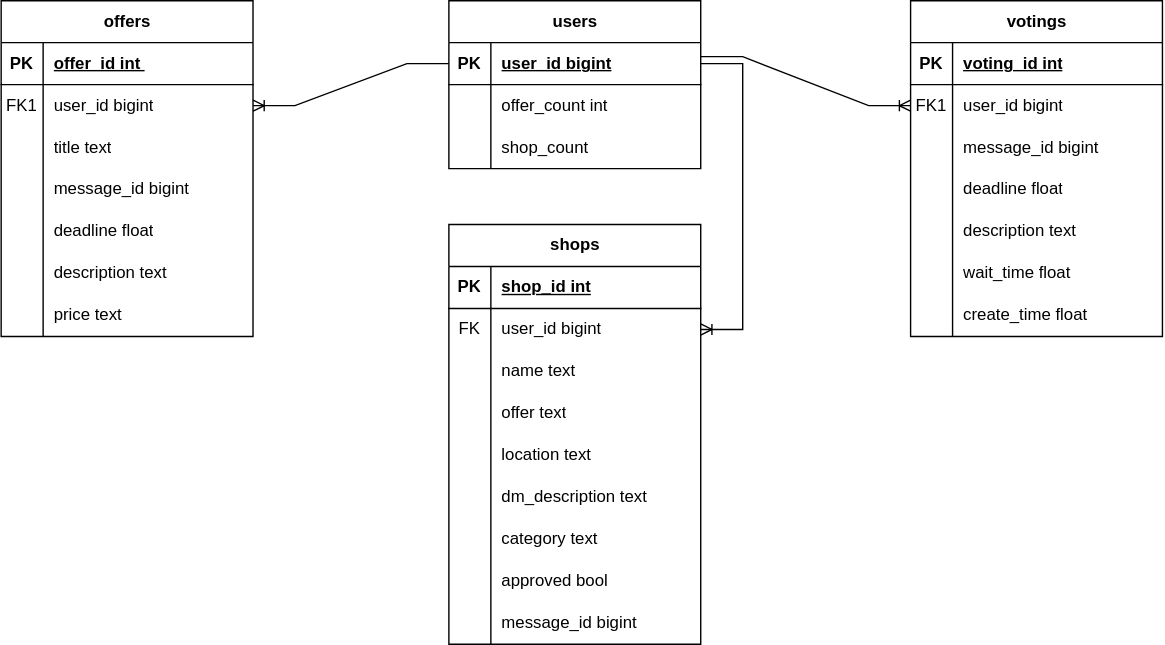
The draw.io diagram docs/ER_Community_Helper.svg in FGBxRamel/Tesserania-Handelsbot, before a commit. Source tidied: cells renumbered, new cells last; positions are measured from the earlier drawing's top-left corner, leaving out a move shared by most shapes.
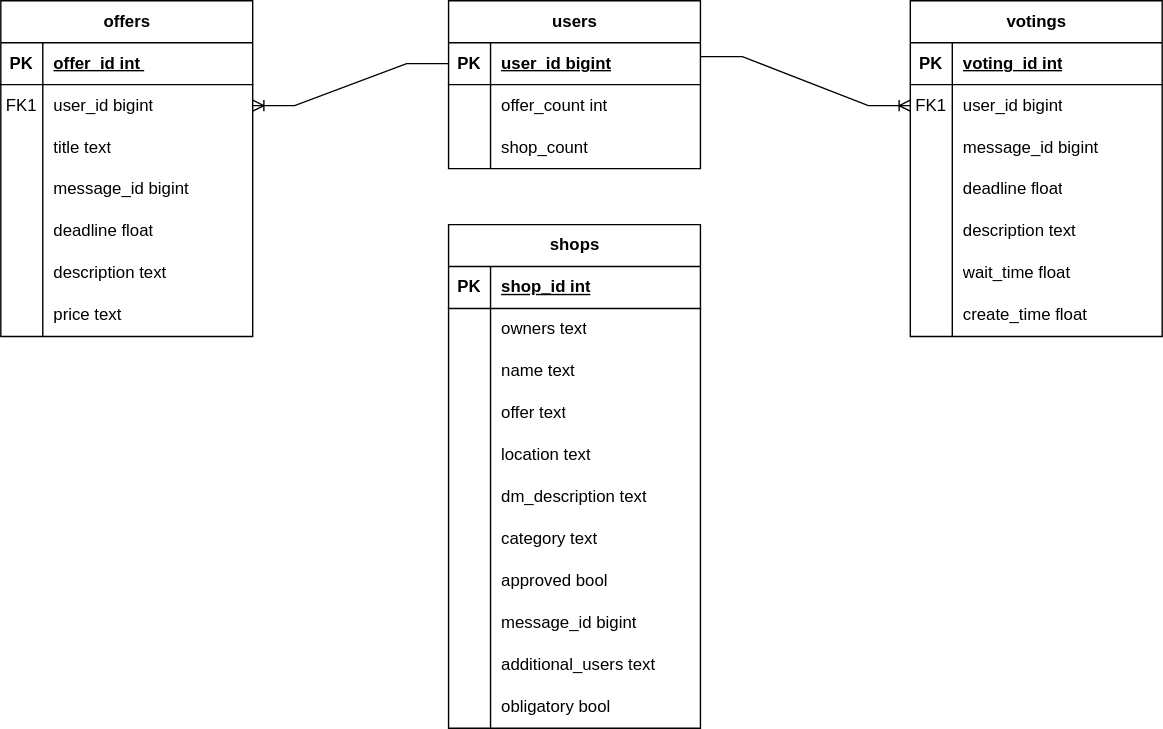
The same file after the commit.

The edit, as a diff of the source:
```diff
@@ -105,13 +105,13 @@
         </Array>
       </mxGeometry>
     </mxCell>
-    <mxCell id="35" style="edgeStyle=entityRelationEdgeStyle;fontSize=12;html=1;endArrow=ERoneToMany;rounded=0;entryX=0;entryY=0.5;entryDx=0;entryDy=0;" parent="1" edge="1" target="69">
+    <mxCell id="35" style="edgeStyle=entityRelationEdgeStyle;fontSize=12;html=1;endArrow=ERoneToMany;rounded=0;entryX=0;entryY=0.5;entryDx=0;entryDy=0;" parent="1" edge="1" target="74">
       <mxGeometry relative="1" as="geometry">
         <mxPoint x="500" y="40" as="sourcePoint" />
       </mxGeometry>
     </mxCell>
     <mxCell id="36" value="shops" style="shape=table;startSize=30;rowLines=0;fontStyle=1;align=center;html=1;" parent="1" vertex="1">
-      <mxGeometry x="320" y="160" width="180" height="300" as="geometry" />
+      <mxGeometry x="320" y="160" width="180" height="360" as="geometry" />
     </mxCell>
     <mxCell id="37" style="shape=tableRow;horizontal=0;startSize=0;swimlaneHead=0;swimlaneBody=0;fillColor=none;top=0;left=0;right=0;bottom=1;" parent="36" vertex="1">
       <mxGeometry y="30" width="180" height="30" as="geometry" />
@@ -125,10 +125,10 @@
     <mxCell id="40" style="shape=tableRow;horizontal=0;startSize=0;swimlaneHead=0;swimlaneBody=0;fillColor=none;points=[[0,0.5],[1,0.5]];portConstraint=eastwest;top=0;left=0;right=0;bottom=0;" parent="36" vertex="1">
       <mxGeometry y="60" width="180" height="30" as="geometry" />
     </mxCell>
-    <mxCell id="41" value="FK" style="shape=partialRectangle;fillColor=none;top=0;left=0;bottom=0;right=0;overflow=hidden;whiteSpace=wrap;html=1;" parent="40" vertex="1">
+    <mxCell id="41" style="shape=partialRectangle;fillColor=none;top=0;left=0;bottom=0;right=0;overflow=hidden;whiteSpace=wrap;html=1;" parent="40" vertex="1">
       <mxGeometry width="30" height="30" as="geometry" />
     </mxCell>
-    <mxCell id="42" value="user_id bigint" style="shape=partialRectangle;fillColor=none;top=0;left=0;bottom=0;right=0;align=left;spacingLeft=6;overflow=hidden;whiteSpace=wrap;html=1;" parent="40" vertex="1">
+    <mxCell id="42" value="owners text" style="shape=partialRectangle;fillColor=none;top=0;left=0;bottom=0;right=0;align=left;spacingLeft=6;overflow=hidden;whiteSpace=wrap;html=1;" parent="40" vertex="1">
       <mxGeometry x="30" width="150" height="30" as="geometry" />
     </mxCell>
     <mxCell id="43" style="shape=tableRow;horizontal=0;startSize=0;swimlaneHead=0;swimlaneBody=0;fillColor=none;top=0;left=0;right=0;bottom=0;" parent="36" vertex="1">
@@ -194,78 +194,89 @@
     <mxCell id="63" value="message_id bigint" style="shape=partialRectangle;fillColor=none;top=0;left=0;bottom=0;right=0;align=left;spacingLeft=6;overflow=hidden;whiteSpace=wrap;html=1;" parent="61" vertex="1">
       <mxGeometry x="30" width="150" height="30" as="geometry" />
     </mxCell>
-    <mxCell id="64" style="edgeStyle=entityRelationEdgeStyle;fontSize=12;html=1;endArrow=ERoneToMany;rounded=0;exitX=1;exitY=0.5;exitDx=0;exitDy=0;entryX=1;entryY=0.5;entryDx=0;entryDy=0;" parent="1" edge="1" source="25" target="40">
-      <mxGeometry relative="1" as="geometry">
-        <Array as="points">
-          <mxPoint x="640" y="285" />
-        </Array>
-      </mxGeometry>
+    <mxCell id="64" style="shape=tableRow;horizontal=0;startSize=0;swimlaneHead=0;swimlaneBody=0;fillColor=none;top=0;left=0;right=0;bottom=0;" parent="36" vertex="1">
+      <mxGeometry y="300" width="180" height="30" as="geometry" />
     </mxCell>
-    <mxCell id="65" value="votings" style="shape=table;startSize=30;rowLines=0;fontStyle=1;align=center;html=1;" parent="1" vertex="1">
-      <mxGeometry x="650" width="180" height="240" as="geometry" />
+    <mxCell id="65" style="shape=partialRectangle;fillColor=none;top=0;left=0;bottom=0;right=0;overflow=hidden;whiteSpace=wrap;html=1;" parent="64" vertex="1">
+      <mxGeometry width="30" height="30" as="geometry" />
     </mxCell>
-    <mxCell id="66" style="shape=tableRow;horizontal=0;startSize=0;swimlaneHead=0;swimlaneBody=0;fillColor=none;top=0;left=0;right=0;bottom=1;" parent="65" vertex="1">
-      <mxGeometry y="30" width="180" height="30" as="geometry" />
+    <mxCell id="66" value="additional_users text" style="shape=partialRectangle;fillColor=none;top=0;left=0;bottom=0;right=0;align=left;spacingLeft=6;overflow=hidden;whiteSpace=wrap;html=1;" parent="64" vertex="1">
+      <mxGeometry x="30" width="150" height="30" as="geometry" />
     </mxCell>
-    <mxCell id="67" value="PK" style="shape=partialRectangle;fillColor=none;top=0;left=0;bottom=0;right=0;fontStyle=1;overflow=hidden;whiteSpace=wrap;html=1;" parent="66" vertex="1">
-      <mxGeometry width="30" height="30" as="geometry" />
+    <mxCell id="67" style="shape=tableRow;horizontal=0;startSize=0;swimlaneHead=0;swimlaneBody=0;fillColor=none;top=0;left=0;right=0;bottom=0;" parent="36" vertex="1">
+      <mxGeometry y="330" width="180" height="30" as="geometry" />
     </mxCell>
-    <mxCell id="68" value="voting_id int" style="shape=partialRectangle;fillColor=none;top=0;left=0;bottom=0;right=0;align=left;spacingLeft=6;fontStyle=5;overflow=hidden;whiteSpace=wrap;html=1;" parent="66" vertex="1">
-      <mxGeometry x="30" width="150" height="30" as="geometry" />
+    <mxCell id="68" style="shape=partialRectangle;fillColor=none;top=0;left=0;bottom=0;right=0;overflow=hidden;whiteSpace=wrap;html=1;" parent="67" vertex="1">
+      <mxGeometry width="30" height="30" as="geometry" />
     </mxCell>
-    <mxCell id="69" style="shape=tableRow;horizontal=0;startSize=0;swimlaneHead=0;swimlaneBody=0;fillColor=none;points=[[0,0.5],[1,0.5]];portConstraint=eastwest;top=0;left=0;right=0;bottom=0;" parent="65" vertex="1">
-      <mxGeometry y="60" width="180" height="30" as="geometry" />
+    <mxCell id="69" value="obligatory bool" style="shape=partialRectangle;fillColor=none;top=0;left=0;bottom=0;right=0;align=left;spacingLeft=6;overflow=hidden;whiteSpace=wrap;html=1;" parent="67" vertex="1">
+      <mxGeometry x="30" width="150" height="30" as="geometry" />
     </mxCell>
-    <mxCell id="70" value="FK1" style="shape=partialRectangle;fillColor=none;top=0;left=0;bottom=0;right=0;overflow=hidden;whiteSpace=wrap;html=1;" parent="69" vertex="1">
-      <mxGeometry width="30" height="30" as="geometry" />
+    <mxCell id="70" value="votings" style="shape=table;startSize=30;rowLines=0;fontStyle=1;align=center;html=1;" parent="1" vertex="1">
+      <mxGeometry x="650" width="180" height="240" as="geometry" />
     </mxCell>
-    <mxCell id="71" value="user_id bigint" style="shape=partialRectangle;fillColor=none;top=0;left=0;bottom=0;right=0;align=left;spacingLeft=6;overflow=hidden;whiteSpace=wrap;html=1;" parent="69" vertex="1">
-      <mxGeometry x="30" width="150" height="30" as="geometry" />
+    <mxCell id="71" style="shape=tableRow;horizontal=0;startSize=0;swimlaneHead=0;swimlaneBody=0;fillColor=none;top=0;left=0;right=0;bottom=1;" parent="70" vertex="1">
+      <mxGeometry y="30" width="180" height="30" as="geometry" />
     </mxCell>
-    <mxCell id="72" style="shape=tableRow;horizontal=0;startSize=0;swimlaneHead=0;swimlaneBody=0;fillColor=none;top=0;left=0;right=0;bottom=0;" parent="65" vertex="1">
-      <mxGeometry y="90" width="180" height="30" as="geometry" />
+    <mxCell id="72" value="PK" style="shape=partialRectangle;fillColor=none;top=0;left=0;bottom=0;right=0;fontStyle=1;overflow=hidden;whiteSpace=wrap;html=1;" parent="71" vertex="1">
+      <mxGeometry width="30" height="30" as="geometry" />
     </mxCell>
-    <mxCell id="73" style="shape=partialRectangle;fillColor=none;top=0;left=0;bottom=0;right=0;overflow=hidden;whiteSpace=wrap;html=1;" parent="72" vertex="1">
-      <mxGeometry width="30" height="30" as="geometry" />
+    <mxCell id="73" value="voting_id int" style="shape=partialRectangle;fillColor=none;top=0;left=0;bottom=0;right=0;align=left;spacingLeft=6;fontStyle=5;overflow=hidden;whiteSpace=wrap;html=1;" parent="71" vertex="1">
+      <mxGeometry x="30" width="150" height="30" as="geometry" />
     </mxCell>
-    <mxCell id="74" value="message_id bigint" style="shape=partialRectangle;fillColor=none;top=0;left=0;bottom=0;right=0;align=left;spacingLeft=6;overflow=hidden;whiteSpace=wrap;html=1;" parent="72" vertex="1">
-      <mxGeometry x="30" width="150" height="30" as="geometry" />
+    <mxCell id="74" style="shape=tableRow;horizontal=0;startSize=0;swimlaneHead=0;swimlaneBody=0;fillColor=none;points=[[0,0.5],[1,0.5]];portConstraint=eastwest;top=0;left=0;right=0;bottom=0;" parent="70" vertex="1">
+      <mxGeometry y="60" width="180" height="30" as="geometry" />
     </mxCell>
-    <mxCell id="75" style="shape=tableRow;horizontal=0;startSize=0;swimlaneHead=0;swimlaneBody=0;fillColor=none;top=0;left=0;right=0;bottom=0;" parent="65" vertex="1">
-      <mxGeometry y="120" width="180" height="30" as="geometry" />
+    <mxCell id="75" value="FK1" style="shape=partialRectangle;fillColor=none;top=0;left=0;bottom=0;right=0;overflow=hidden;whiteSpace=wrap;html=1;" parent="74" vertex="1">
+      <mxGeometry width="30" height="30" as="geometry" />
     </mxCell>
-    <mxCell id="76" style="shape=partialRectangle;fillColor=none;top=0;left=0;bottom=0;right=0;overflow=hidden;whiteSpace=wrap;html=1;" parent="75" vertex="1">
-      <mxGeometry width="30" height="30" as="geometry" />
+    <mxCell id="76" value="user_id bigint" style="shape=partialRectangle;fillColor=none;top=0;left=0;bottom=0;right=0;align=left;spacingLeft=6;overflow=hidden;whiteSpace=wrap;html=1;" parent="74" vertex="1">
+      <mxGeometry x="30" width="150" height="30" as="geometry" />
     </mxCell>
-    <mxCell id="77" value="deadline float" style="shape=partialRectangle;fillColor=none;top=0;left=0;bottom=0;right=0;align=left;spacingLeft=6;overflow=hidden;whiteSpace=wrap;html=1;" parent="75" vertex="1">
-      <mxGeometry x="30" width="150" height="30" as="geometry" />
+    <mxCell id="77" style="shape=tableRow;horizontal=0;startSize=0;swimlaneHead=0;swimlaneBody=0;fillColor=none;top=0;left=0;right=0;bottom=0;" parent="70" vertex="1">
+      <mxGeometry y="90" width="180" height="30" as="geometry" />
     </mxCell>
-    <mxCell id="78" style="shape=tableRow;horizontal=0;startSize=0;swimlaneHead=0;swimlaneBody=0;fillColor=none;top=0;left=0;right=0;bottom=0;" parent="65" vertex="1">
-      <mxGeometry y="150" width="180" height="30" as="geometry" />
+    <mxCell id="78" style="shape=partialRectangle;fillColor=none;top=0;left=0;bottom=0;right=0;overflow=hidden;whiteSpace=wrap;html=1;" parent="77" vertex="1">
+      <mxGeometry width="30" height="30" as="geometry" />
     </mxCell>
-    <mxCell id="79" style="shape=partialRectangle;fillColor=none;top=0;left=0;bottom=0;right=0;overflow=hidden;whiteSpace=wrap;html=1;" parent="78" vertex="1">
-      <mxGeometry width="30" height="30" as="geometry" />
+    <mxCell id="79" value="message_id bigint" style="shape=partialRectangle;fillColor=none;top=0;left=0;bottom=0;right=0;align=left;spacingLeft=6;overflow=hidden;whiteSpace=wrap;html=1;" parent="77" vertex="1">
+      <mxGeometry x="30" width="150" height="30" as="geometry" />
     </mxCell>
-    <mxCell id="80" value="description text&amp;nbsp;" style="shape=partialRectangle;fillColor=none;top=0;left=0;bottom=0;right=0;align=left;spacingLeft=6;overflow=hidden;whiteSpace=wrap;html=1;" parent="78" vertex="1">
-      <mxGeometry x="30" width="150" height="30" as="geometry" />
+    <mxCell id="80" style="shape=tableRow;horizontal=0;startSize=0;swimlaneHead=0;swimlaneBody=0;fillColor=none;top=0;left=0;right=0;bottom=0;" parent="70" vertex="1">
+      <mxGeometry y="120" width="180" height="30" as="geometry" />
     </mxCell>
-    <mxCell id="81" style="shape=tableRow;horizontal=0;startSize=0;swimlaneHead=0;swimlaneBody=0;fillColor=none;top=0;left=0;right=0;bottom=0;" parent="65" vertex="1">
-      <mxGeometry y="180" width="180" height="30" as="geometry" />
+    <mxCell id="81" style="shape=partialRectangle;fillColor=none;top=0;left=0;bottom=0;right=0;overflow=hidden;whiteSpace=wrap;html=1;" parent="80" vertex="1">
+      <mxGeometry width="30" height="30" as="geometry" />
     </mxCell>
-    <mxCell id="82" style="shape=partialRectangle;fillColor=none;top=0;left=0;bottom=0;right=0;overflow=hidden;whiteSpace=wrap;html=1;" parent="81" vertex="1">
-      <mxGeometry width="30" height="30" as="geometry" />
+    <mxCell id="82" value="deadline float" style="shape=partialRectangle;fillColor=none;top=0;left=0;bottom=0;right=0;align=left;spacingLeft=6;overflow=hidden;whiteSpace=wrap;html=1;" parent="80" vertex="1">
+      <mxGeometry x="30" width="150" height="30" as="geometry" />
     </mxCell>
-    <mxCell id="83" value="wait_time float" style="shape=partialRectangle;fillColor=none;top=0;left=0;bottom=0;right=0;align=left;spacingLeft=6;overflow=hidden;whiteSpace=wrap;html=1;" parent="81" vertex="1">
-      <mxGeometry x="30" width="150" height="30" as="geometry" />
+    <mxCell id="83" style="shape=tableRow;horizontal=0;startSize=0;swimlaneHead=0;swimlaneBody=0;fillColor=none;top=0;left=0;right=0;bottom=0;" parent="70" vertex="1">
+      <mxGeometry y="150" width="180" height="30" as="geometry" />
     </mxCell>
-    <mxCell id="84" style="shape=tableRow;horizontal=0;startSize=0;swimlaneHead=0;swimlaneBody=0;fillColor=none;top=0;left=0;right=0;bottom=0;" parent="65" vertex="1">
-      <mxGeometry y="210" width="180" height="30" as="geometry" />
+    <mxCell id="84" style="shape=partialRectangle;fillColor=none;top=0;left=0;bottom=0;right=0;overflow=hidden;whiteSpace=wrap;html=1;" parent="83" vertex="1">
+      <mxGeometry width="30" height="30" as="geometry" />
     </mxCell>
-    <mxCell id="85" style="shape=partialRectangle;fillColor=none;top=0;left=0;bottom=0;right=0;overflow=hidden;whiteSpace=wrap;html=1;" parent="84" vertex="1">
-      <mxGeometry width="30" height="30" as="geometry" />
+    <mxCell id="85" value="description text&amp;nbsp;" style="shape=partialRectangle;fillColor=none;top=0;left=0;bottom=0;right=0;align=left;spacingLeft=6;overflow=hidden;whiteSpace=wrap;html=1;" parent="83" vertex="1">
+      <mxGeometry x="30" width="150" height="30" as="geometry" />
     </mxCell>
-    <mxCell id="86" value="create_time float" style="shape=partialRectangle;fillColor=none;top=0;left=0;bottom=0;right=0;align=left;spacingLeft=6;overflow=hidden;whiteSpace=wrap;html=1;" parent="84" vertex="1">
-      <mxGeometry x="30" width="150" height="30" as="geometry" />
+    <mxCell id="86" style="shape=tableRow;horizontal=0;startSize=0;swimlaneHead=0;swimlaneBody=0;fillColor=none;top=0;left=0;right=0;bottom=0;" parent="70" vertex="1">
+      <mxGeometry y="180" width="180" height="30" as="geometry" />
     </mxCell>
+    <mxCell id="87" style="shape=partialRectangle;fillColor=none;top=0;left=0;bottom=0;right=0;overflow=hidden;whiteSpace=wrap;html=1;" parent="86" vertex="1">
+      <mxGeometry width="30" height="30" as="geometry" />
+    </mxCell>
+    <mxCell id="88" value="wait_time float" style="shape=partialRectangle;fillColor=none;top=0;left=0;bottom=0;right=0;align=left;spacingLeft=6;overflow=hidden;whiteSpace=wrap;html=1;" parent="86" vertex="1">
+      <mxGeometry x="30" width="150" height="30" as="geometry" />
+    </mxCell>
+    <mxCell id="89" style="shape=tableRow;horizontal=0;startSize=0;swimlaneHead=0;swimlaneBody=0;fillColor=none;top=0;left=0;right=0;bottom=0;" parent="70" vertex="1">
+      <mxGeometry y="210" width="180" height="30" as="geometry" />
+    </mxCell>
+    <mxCell id="90" style="shape=partialRectangle;fillColor=none;top=0;left=0;bottom=0;right=0;overflow=hidden;whiteSpace=wrap;html=1;" parent="89" vertex="1">
+      <mxGeometry width="30" height="30" as="geometry" />
+    </mxCell>
+    <mxCell id="91" value="create_time float" style="shape=partialRectangle;fillColor=none;top=0;left=0;bottom=0;right=0;align=left;spacingLeft=6;overflow=hidden;whiteSpace=wrap;html=1;" parent="89" vertex="1">
+      <mxGeometry x="30" width="150" height="30" as="geometry" />
+    </mxCell>
   </root>
 </mxGraphModel>
```
